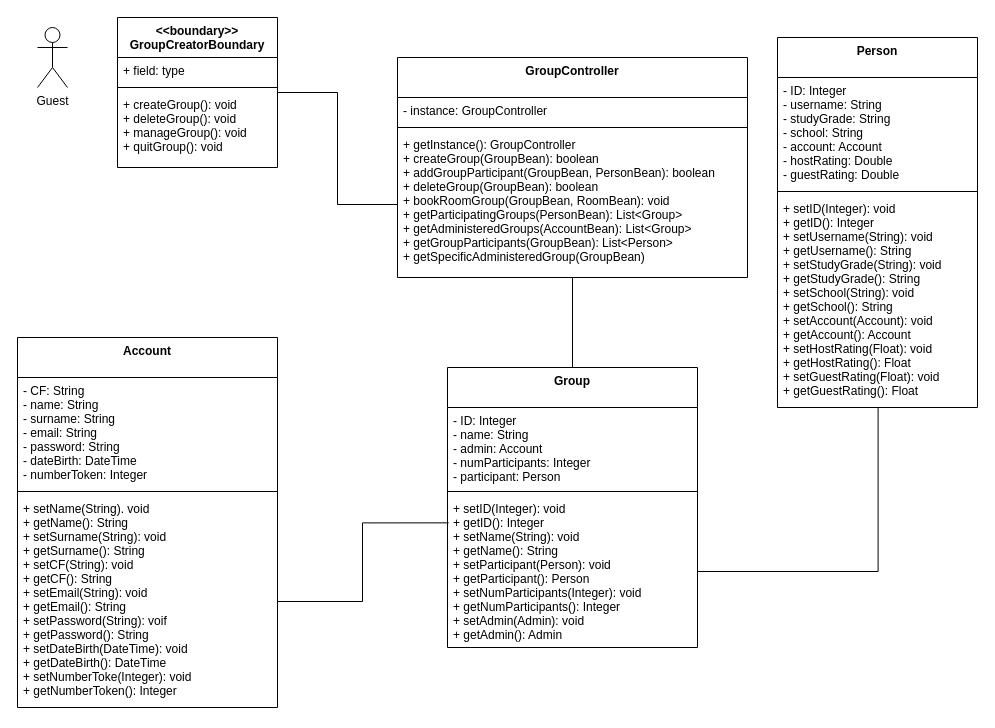
Before: Deliverables/VoPC/VoPC CreateStudyGroup.drawio in nic-agos/DoveStudi, a draw.io diagram. Source tidied: cells renumbered, new cells numbered last; positions are measured from the earlier drawing's top-left corner, leaving out a move shared by most shapes. Both pictures are drawn from the tidied source at 100%, with x=0, y=0 at pixel (17, 17).
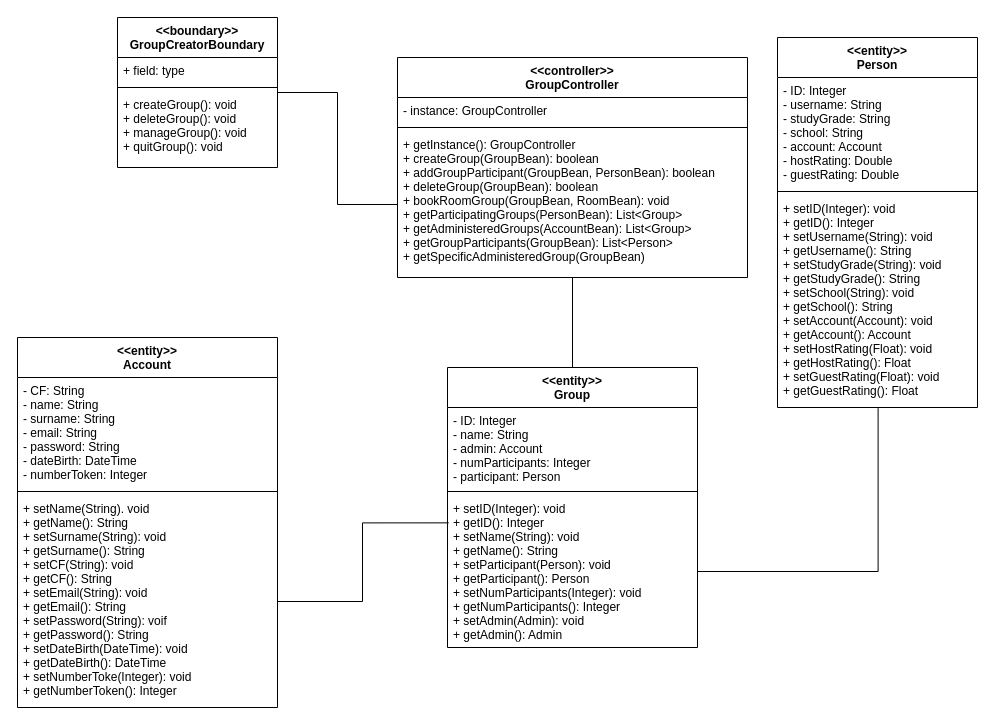
The same diagram, later.

Change to the diagram source:
```diff
@@
-    <mxCell id="7" value="Guest" style="shape=umlActor;verticalLabelPosition=bottom;verticalAlign=top;html=1;" parent="1" vertex="1">
-      <mxGeometry x="20" y="10" width="30" height="60" as="geometry" />
-    </mxCell>
@@
-    <mxCell id="10" value="Person" style="swimlane;fontStyle=1;align=center;verticalAlign=top;horizontal=1;startSize=40;" parent="1" vertex="1">
+    <mxCell id="10" value="&lt;&lt;entity&gt;&gt;&#10;Person" style="swimlane;fontStyle=1;align=center;verticalAlign=top;horizontal=1;startSize=40;" parent="1" vertex="1">
       <mxGeometry x="760" y="20" width="200" height="370" as="geometry" />
     </mxCell>
@@
-    <mxCell id="14" value="Account" style="swimlane;fontStyle=1;align=center;verticalAlign=top;horizontal=1;startSize=40;" parent="1" vertex="1">
+    <mxCell id="14" value="&lt;&lt;entity&gt;&gt;&#10;Account" style="swimlane;fontStyle=1;align=center;verticalAlign=top;horizontal=1;startSize=40;" parent="1" vertex="1">
       <mxGeometry y="320" width="260" height="370" as="geometry" />
     </mxCell>
@@
-    <mxCell id="18" value="Group" style="swimlane;fontStyle=1;align=center;verticalAlign=top;horizontal=1;startSize=40;" parent="1" vertex="1">
+    <mxCell id="18" value="&lt;&lt;entity&gt;&gt;&#10;Group" style="swimlane;fontStyle=1;align=center;verticalAlign=top;horizontal=1;startSize=40;" parent="1" vertex="1">
       <mxGeometry x="430" y="350" width="250" height="280" as="geometry" />
     </mxCell>
@@
-    <mxCell id="23" value="GroupController" style="swimlane;fontStyle=1;align=center;verticalAlign=top;horizontal=1;startSize=40;" parent="1" vertex="1">
+    <mxCell id="23" value="&lt;&lt;controller&gt;&gt;&#10;GroupController" style="swimlane;fontStyle=1;align=center;verticalAlign=top;horizontal=1;startSize=40;" parent="1" vertex="1">
       <mxGeometry x="380" y="40" width="350" height="220" as="geometry" />
     </mxCell>
```
